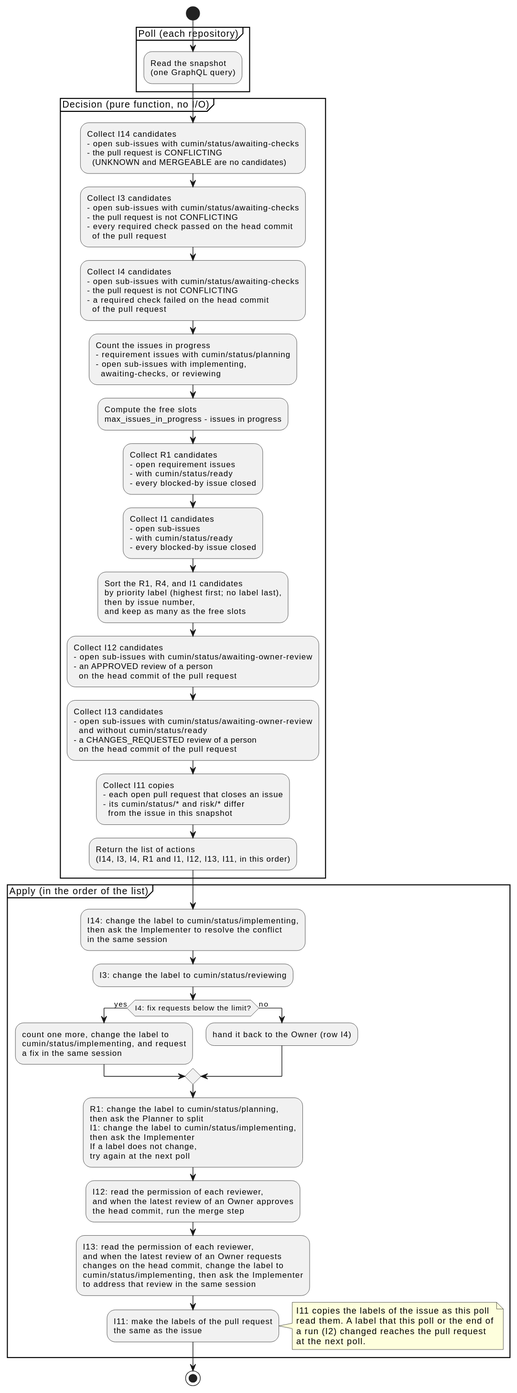
The PlantUML diagram docs/ja/designs/poll-decide.svg in cloveclovedev/cumin-works, before a commit.
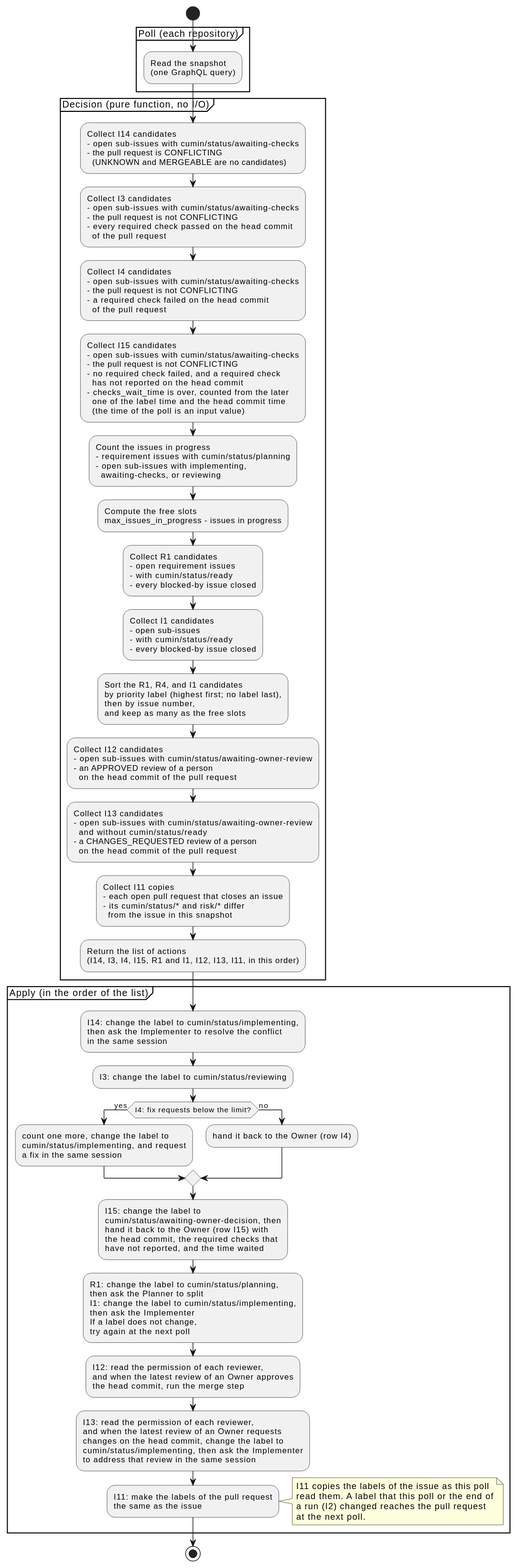
Above is the later version.

Commit message:
feat(workflow): stop an issue for the Owner when its required checks do not report in time (#422)

The edit, as a diff of the source:
```diff
@@ -22,6 +22,14 @@
   - the pull request is not CONFLICTING
   - a required check failed on the head commit
     of the pull request;
+  :Collect I15 candidates
+  - open sub-issues with cumin/status/awaiting-checks
+  - the pull request is not CONFLICTING
+  - no required check failed, and a required check
+    has not reported on the head commit
+  - checks_wait_time is over, counted from the later
+    one of the label time and the head commit time
+    (the time of the poll is an input value);
   :Count the issues in progress
   - requirement issues with cumin/status/planning
   - open sub-issues with implementing,
@@ -54,7 +62,7 @@
   - its cumin/status/* and risk/* differ
     from the issue in this snapshot;
   :Return the list of actions
-  (I14, I3, I4, R1 and I1, I12, I13, I11, in this order);
+  (I14, I3, I4, I15, R1 and I1, I12, I13, I11, in this order);
 }
 partition "Apply (in the order of the list)" {
   :I14: change the label to cumin/status/implementing,
@@ -68,6 +76,11 @@
   else (no)
     :hand it back to the Owner (row I4);
   endif
+  :I15: change the label to
+  cumin/status/awaiting-owner-decision, then
+  hand it back to the Owner (row I15) with
+  the head commit, the required checks that
+  have not reported, and the time waited;
   :R1: change the label to cumin/status/planning,
   then ask the Planner to split
   I1: change the label to cumin/status/implementing,
```
